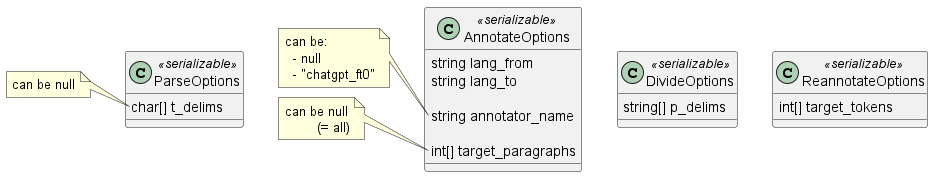
Before: docs/design/images/class_req_options.png, a diagram exported from PlantUML (parkchamchi/GlossySnake).
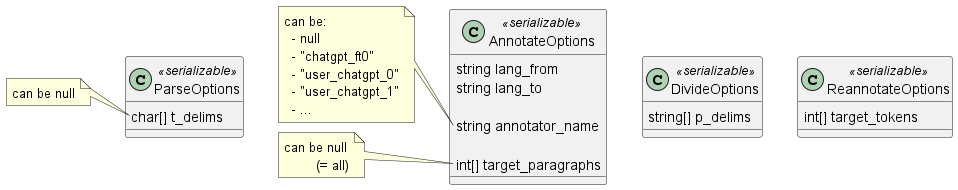
After the commit.

Diff of the diagram source:
```diff
@@ -23,6 +23,9 @@
 	can be:
 	  - null
 	  - "chatgpt_ft0"
+	  - "user_chatgpt_0"
+	  - "user_chatgpt_1"
+	  - ...
 end note
 note left of AnnotateOptions::target_paragraphs
 	can be null
```
